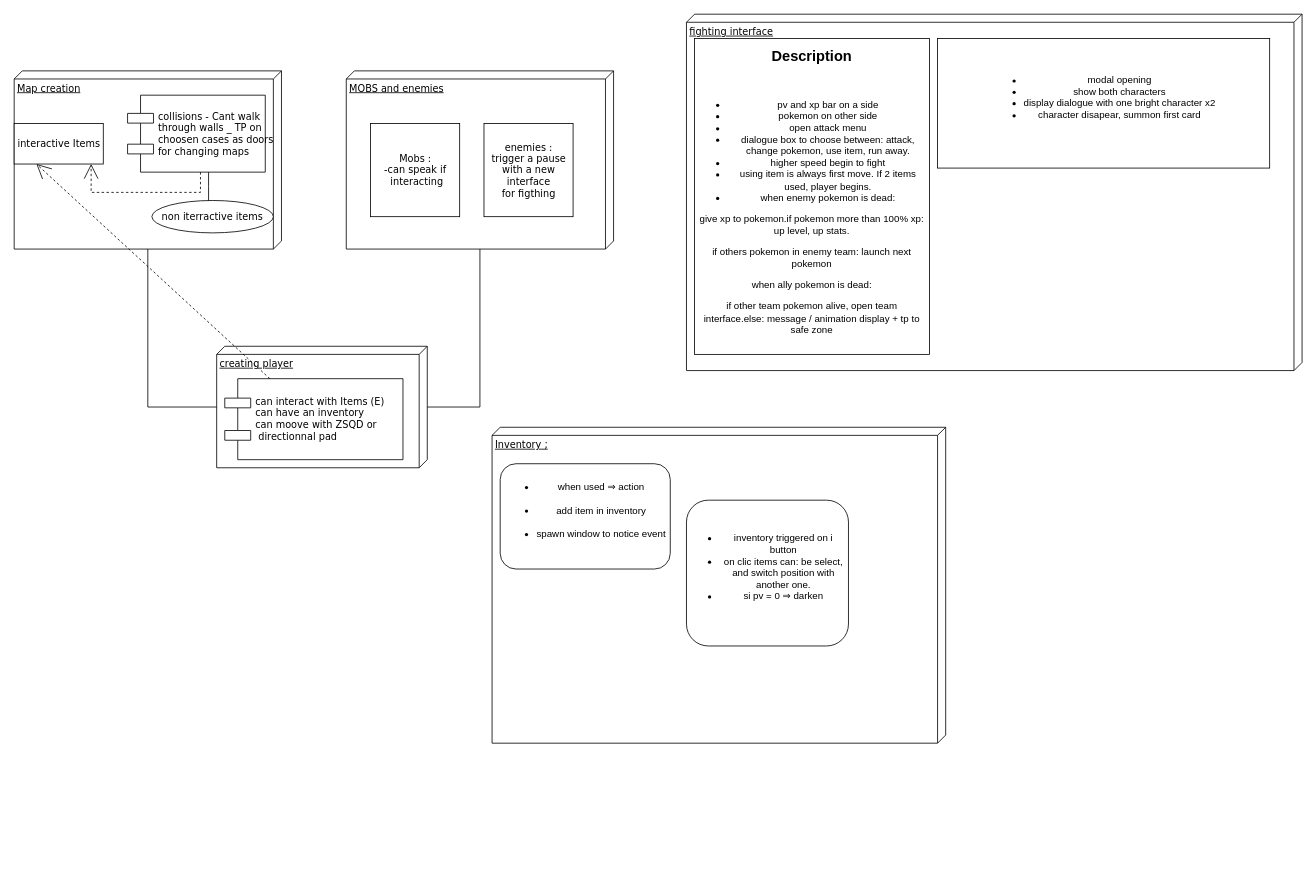
This is Untitled Diagram.drawio from Charliebadesco/diagam, a draw.io file, before an edit. Source tidied: cells renumbered, new cells numbered last; positions are measured from the earlier drawing's top-left corner, leaving out a move shared by most shapes. Both pictures are drawn from the tidied source at 81%, with x=0, y=0 at pixel (14, 14).
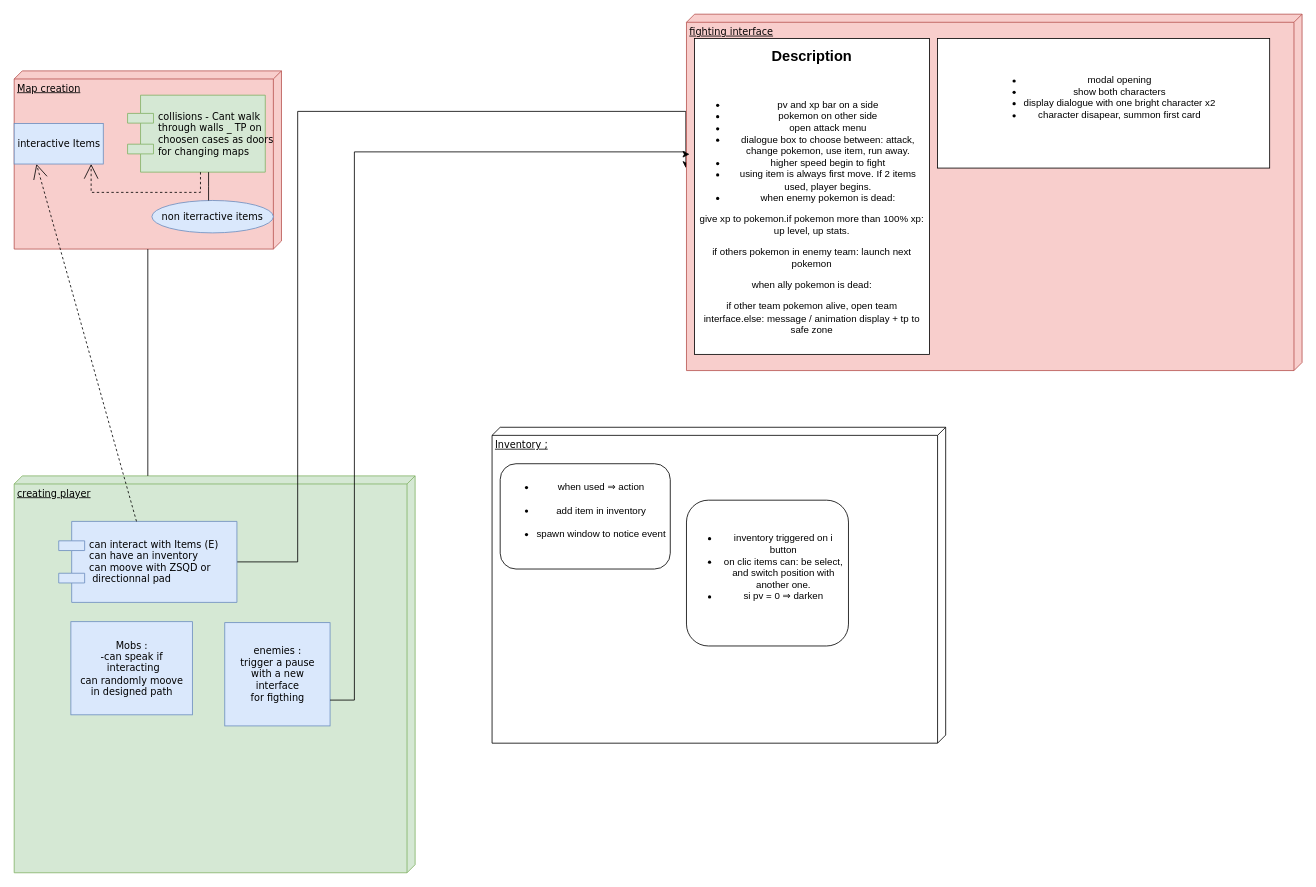
Above is the later version.

The edit, as a diff of the source:
```diff
@@
-    <mxCell id="2" value="Map creation" style="verticalAlign=top;align=left;spacingTop=8;spacingLeft=2;spacingRight=12;shape=cube;size=10;direction=south;fontStyle=4;html=1;rounded=0;shadow=0;comic=0;labelBackgroundColor=none;strokeWidth=1;fontFamily=Verdana;fontSize=12;" parent="1" vertex="1">
+    <mxCell id="2" value="Map creation" style="verticalAlign=top;align=left;spacingTop=8;spacingLeft=2;spacingRight=12;shape=cube;size=10;direction=south;fontStyle=4;html=1;rounded=0;shadow=0;comic=0;labelBackgroundColor=none;strokeWidth=1;fontFamily=Verdana;fontSize=12;fillColor=#f8cecc;strokeColor=#b85450;" parent="1" vertex="1">
       <mxGeometry y="70" width="330" height="220" as="geometry" />
     </mxCell>
-    <mxCell id="3" value="MOBS and enemies" style="verticalAlign=top;align=left;spacingTop=8;spacingLeft=2;spacingRight=12;shape=cube;size=10;direction=south;fontStyle=4;html=1;rounded=0;shadow=0;comic=0;labelBackgroundColor=none;strokeWidth=1;fontFamily=Verdana;fontSize=12;" parent="1" vertex="1">
-      <mxGeometry x="410" y="70" width="330" height="220" as="geometry" />
-    </mxCell>
-    <mxCell id="4" value="creating player" style="verticalAlign=top;align=left;spacingTop=8;spacingLeft=2;spacingRight=12;shape=cube;size=10;direction=south;fontStyle=4;html=1;rounded=0;shadow=0;comic=0;labelBackgroundColor=none;strokeWidth=1;fontFamily=Verdana;fontSize=12;" parent="1" vertex="1">
-      <mxGeometry x="250" y="410" width="260" height="150" as="geometry" />
+    <mxCell id="4" value="creating player" style="verticalAlign=top;align=left;spacingTop=8;spacingLeft=2;spacingRight=12;shape=cube;size=10;direction=south;fontStyle=4;html=1;rounded=0;shadow=0;comic=0;labelBackgroundColor=none;strokeWidth=1;fontFamily=Verdana;fontSize=12;fillColor=#d5e8d4;strokeColor=#82b366;" parent="1" vertex="1">
+      <mxGeometry y="570" width="495" height="490" as="geometry" />
     </mxCell>
-    <mxCell id="5" value="interactive Items" style="html=1;rounded=0;shadow=0;comic=0;labelBackgroundColor=none;strokeWidth=1;fontFamily=Verdana;fontSize=12;align=center;" parent="1" vertex="1">
+    <mxCell id="5" value="interactive Items" style="html=1;rounded=0;shadow=0;comic=0;labelBackgroundColor=none;strokeWidth=1;fontFamily=Verdana;fontSize=12;align=center;fillColor=#dae8fc;strokeColor=#6c8ebf;" parent="1" vertex="1">
       <mxGeometry y="135" width="110" height="50" as="geometry" />
     </mxCell>
-    <mxCell id="6" value="&lt;div&gt;collisions - Cant walk &lt;br&gt;&lt;/div&gt;&lt;div&gt;through walls _ TP on &lt;br&gt;&lt;/div&gt;&lt;div&gt;choosen cases as doors&lt;/div&gt;&lt;div&gt;for changing maps&lt;br&gt;&lt;/div&gt;" style="shape=component;align=left;spacingLeft=36;rounded=0;shadow=0;comic=0;labelBackgroundColor=none;strokeWidth=1;fontFamily=Verdana;fontSize=12;html=1;" parent="1" vertex="1">
+    <mxCell id="6" value="&lt;div&gt;collisions - Cant walk &lt;br&gt;&lt;/div&gt;&lt;div&gt;through walls _ TP on &lt;br&gt;&lt;/div&gt;&lt;div&gt;choosen cases as doors&lt;/div&gt;&lt;div&gt;for changing maps&lt;br&gt;&lt;/div&gt;" style="shape=component;align=left;spacingLeft=36;rounded=0;shadow=0;comic=0;labelBackgroundColor=none;strokeWidth=1;fontFamily=Verdana;fontSize=12;html=1;fillColor=#d5e8d4;strokeColor=#82b366;" parent="1" vertex="1">
       <mxGeometry x="140" y="100" width="170" height="95" as="geometry" />
     </mxCell>
-    <mxCell id="7" value="non iterractive items" style="ellipse;whiteSpace=wrap;html=1;rounded=0;shadow=0;comic=0;labelBackgroundColor=none;strokeWidth=1;fontFamily=Verdana;fontSize=12;align=center;" parent="1" vertex="1">
+    <mxCell id="7" value="non iterractive items" style="ellipse;whiteSpace=wrap;html=1;rounded=0;shadow=0;comic=0;labelBackgroundColor=none;strokeWidth=1;fontFamily=Verdana;fontSize=12;align=center;fillColor=#dae8fc;strokeColor=#6c8ebf;" parent="1" vertex="1">
       <mxGeometry x="170" y="230" width="150" height="40" as="geometry" />
     </mxCell>
-    <mxCell id="8" value="&lt;div&gt;enemies : &lt;br&gt;&lt;/div&gt;&lt;div&gt;trigger a pause&lt;/div&gt;&lt;div&gt;with a new &lt;br&gt;&lt;/div&gt;&lt;div&gt;interface &lt;br&gt;&lt;/div&gt;&lt;div&gt;for figthing&lt;br&gt;&lt;/div&gt;" style="html=1;rounded=0;shadow=0;comic=0;labelBackgroundColor=none;strokeWidth=1;fontFamily=Verdana;fontSize=12;align=center;" parent="1" vertex="1">
-      <mxGeometry x="580" y="135" width="110" height="115" as="geometry" />
+    <mxCell id="8" value="&lt;div&gt;enemies : &lt;br&gt;&lt;/div&gt;&lt;div&gt;trigger a pause&lt;/div&gt;&lt;div&gt;with a new &lt;br&gt;&lt;/div&gt;&lt;div&gt;interface &lt;br&gt;&lt;/div&gt;&lt;div&gt;for figthing&lt;br&gt;&lt;/div&gt;" style="html=1;rounded=0;shadow=0;comic=0;labelBackgroundColor=none;strokeWidth=1;fontFamily=Verdana;fontSize=12;align=center;fillColor=#dae8fc;strokeColor=#6c8ebf;" parent="1" vertex="1">
+      <mxGeometry x="260" y="751.2" width="130" height="127.5" as="geometry" />
     </mxCell>
+    <mxCell id="22" style="edgeStyle=orthogonalEdgeStyle;rounded=0;jettySize=auto;html=1;entryX=0.432;entryY=1.001;entryDx=0;entryDy=0;entryPerimeter=0;" parent="1" edge="1" source="9" target="17">
+      <mxGeometry relative="1" as="geometry">
+        <Array as="points">
+          <mxPoint x="350" y="676" />
+          <mxPoint x="350" y="120" />
+          <mxPoint x="829" y="120" />
+        </Array>
+      </mxGeometry>
+    </mxCell>
-    <mxCell id="9" value="&lt;div&gt;can interact with Items (E)&lt;/div&gt;&lt;div&gt;can have an inventory&lt;/div&gt;&lt;div&gt;can moove with ZSQD or&lt;/div&gt;&lt;div&gt;&amp;nbsp;directionnal pad&lt;br&gt;&lt;/div&gt;" style="shape=component;align=left;spacingLeft=36;rounded=0;shadow=0;comic=0;labelBackgroundColor=none;strokeWidth=1;fontFamily=Verdana;fontSize=12;html=1;" parent="1" vertex="1">
-      <mxGeometry x="260" y="450" width="220" height="100" as="geometry" />
+    <mxCell id="9" value="&lt;div&gt;can interact with Items (E)&lt;/div&gt;&lt;div&gt;can have an inventory&lt;/div&gt;&lt;div&gt;can moove with ZSQD or&lt;/div&gt;&lt;div&gt;&amp;nbsp;directionnal pad&lt;br&gt;&lt;/div&gt;" style="shape=component;align=left;spacingLeft=36;rounded=0;shadow=0;comic=0;labelBackgroundColor=none;strokeWidth=1;fontFamily=Verdana;fontSize=12;html=1;fillColor=#dae8fc;strokeColor=#6c8ebf;" parent="1" vertex="1">
+      <mxGeometry x="55" y="626.2" width="220" height="100" as="geometry" />
     </mxCell>
@@
-    <mxCell id="13" style="edgeStyle=orthogonalEdgeStyle;rounded=0;html=1;labelBackgroundColor=none;startArrow=none;startFill=0;startSize=8;endArrow=none;endFill=0;endSize=16;fontFamily=Verdana;fontSize=12;" parent="1" edge="1" source="4" target="3">
-      <mxGeometry relative="1" as="geometry">
-        <Array as="points">
-          <mxPoint x="575" y="485" />
-        </Array>
-      </mxGeometry>
-    </mxCell>
@@
-    <mxCell id="15" value="&lt;div&gt;Mobs : &lt;br&gt;&lt;/div&gt;&lt;div&gt;-can speak if&lt;/div&gt;&lt;div&gt;&amp;nbsp;interacting&lt;br&gt;&lt;/div&gt;" style="html=1;rounded=0;shadow=0;comic=0;labelBackgroundColor=none;strokeWidth=1;fontFamily=Verdana;fontSize=12;align=center;" parent="1" vertex="1">
-      <mxGeometry x="440" y="135" width="110" height="115" as="geometry" />
+    <mxCell id="15" value="&lt;div&gt;Mobs : &lt;br&gt;&lt;/div&gt;&lt;div&gt;-can speak if&lt;/div&gt;&lt;div&gt;&amp;nbsp;interacting &lt;br&gt;&lt;/div&gt;&lt;div&gt;can randomly moove&lt;/div&gt;&lt;div&gt;in designed path&lt;br&gt;&lt;/div&gt;" style="html=1;rounded=0;shadow=0;comic=0;labelBackgroundColor=none;strokeWidth=1;fontFamily=Verdana;fontSize=12;align=center;fillColor=#dae8fc;strokeColor=#6c8ebf;" parent="1" vertex="1">
+      <mxGeometry x="70" y="750" width="150" height="115" as="geometry" />
     </mxCell>
@@
-    <mxCell id="17" value="fighting interface" style="verticalAlign=top;align=left;spacingTop=8;spacingLeft=2;spacingRight=12;shape=cube;size=10;direction=south;fontStyle=4;html=1;rounded=0;shadow=0;comic=0;labelBackgroundColor=none;strokeWidth=1;fontFamily=Verdana;fontSize=12;" parent="1" vertex="1">
+    <mxCell id="17" value="fighting interface" style="verticalAlign=top;align=left;spacingTop=8;spacingLeft=2;spacingRight=12;shape=cube;size=10;direction=south;fontStyle=4;html=1;rounded=0;shadow=0;comic=0;labelBackgroundColor=none;strokeWidth=1;fontFamily=Verdana;fontSize=12;fillColor=#f8cecc;strokeColor=#b85450;" parent="1" vertex="1">
       <mxGeometry x="830" width="760" height="440" as="geometry" />
     </mxCell>
@@
+    <mxCell id="23" style="edgeStyle=orthogonalEdgeStyle;rounded=0;jettySize=auto;html=1;exitX=1;exitY=0.75;exitDx=0;exitDy=0;entryX=0.393;entryY=0.995;entryDx=0;entryDy=0;entryPerimeter=0;" parent="1" edge="1" source="8" target="17">
+      <mxGeometry relative="1" as="geometry">
+        <Array as="points">
+          <mxPoint x="420" y="170" />
+          <mxPoint x="828" y="170" />
+          <mxPoint x="828" y="173" />
+        </Array>
+      </mxGeometry>
+    </mxCell>
```
